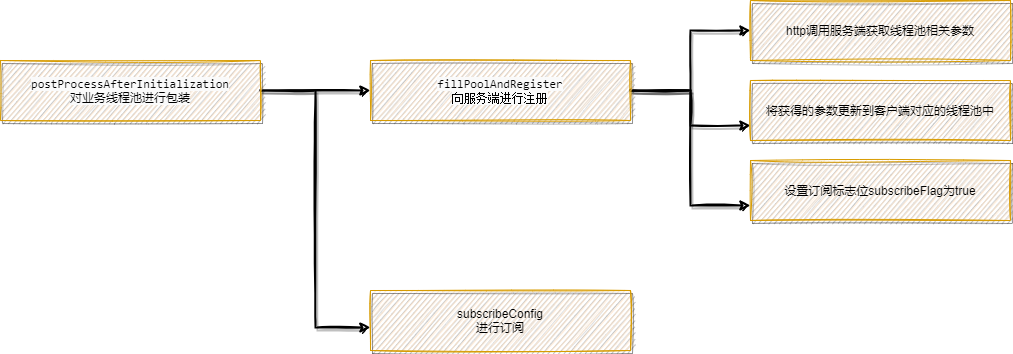
The draw.io diagram 未命名绘图.drawio.png in shining-stars-lk/img, before a commit. Source tidied: cells renumbered, new cells last; positions are measured from the earlier drawing's top-left corner, leaving out a move shared by most shapes.
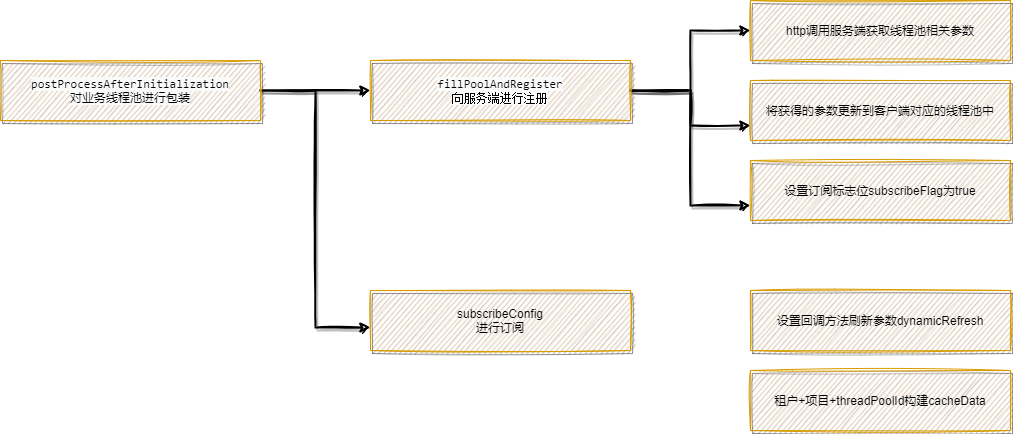
The same diagram one commit later.

Commit message:
更新未命名绘图.drawio.png

The edit, as a diff of the source:
```diff
@@ -35,5 +35,11 @@
     <mxCell id="12" value="&lt;div style=&quot;text-align: left;&quot;&gt;设置订阅标志位subscribeFlag为true&lt;/div&gt;" style="rounded=0;whiteSpace=wrap;html=1;shadow=1;glass=0;sketch=1;fillColor=#ffe6cc;strokeColor=#d79b00;" parent="1" vertex="1">
       <mxGeometry x="750" y="160" width="260" height="60" as="geometry" />
     </mxCell>
+    <mxCell id="13" value="&lt;div style=&quot;text-align: left;&quot;&gt;设置回调方法刷新参数dynamicRefresh&lt;/div&gt;" style="rounded=0;whiteSpace=wrap;html=1;shadow=1;glass=0;sketch=1;fillColor=#ffe6cc;strokeColor=#d79b00;" parent="1" vertex="1">
+      <mxGeometry x="750" y="290" width="260" height="60" as="geometry" />
+    </mxCell>
+    <mxCell id="14" value="&lt;div style=&quot;text-align: left;&quot;&gt;租户+项目+threadPoolId构建cacheData&lt;/div&gt;" style="rounded=0;whiteSpace=wrap;html=1;shadow=1;glass=0;sketch=1;fillColor=#ffe6cc;strokeColor=#d79b00;" parent="1" vertex="1">
+      <mxGeometry x="750" y="370" width="260" height="60" as="geometry" />
+    </mxCell>
   </root>
 </mxGraphModel>
```
